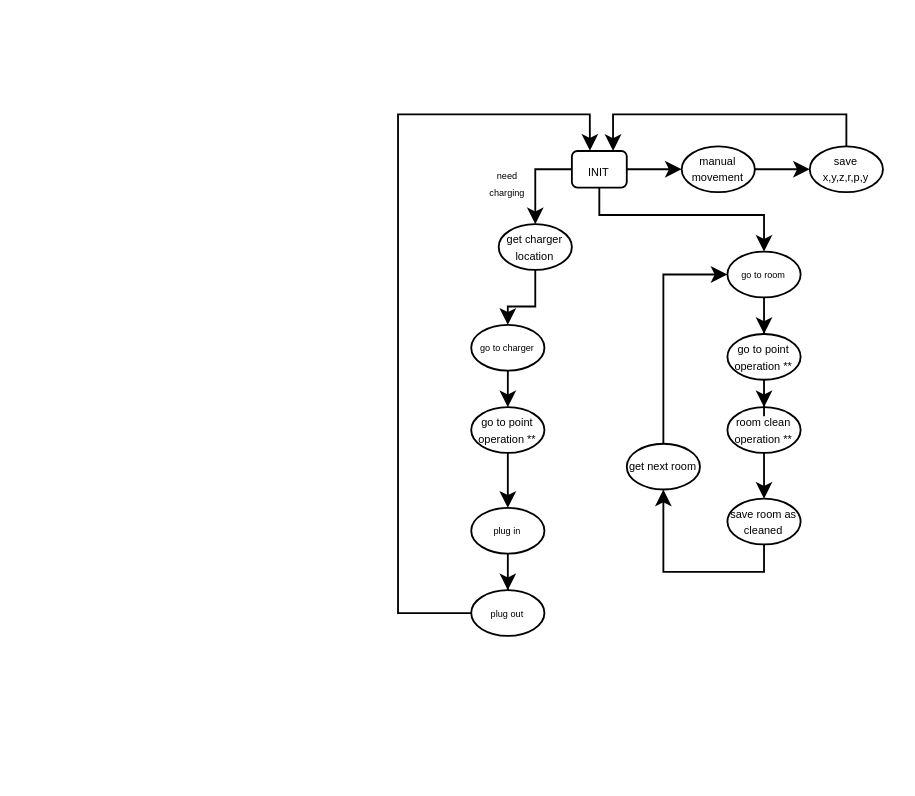
The draw.io diagram automat.drawio in kbieniekpw/drawio_projects, before the edit. Source tidied: cells renumbered, new cells numbered last; positions are measured from the earlier drawing's top-left corner, leaving out a move shared by most shapes. Both pictures are drawn from the tidied source at 183%, with x=0, y=0 at pixel (397, 113).
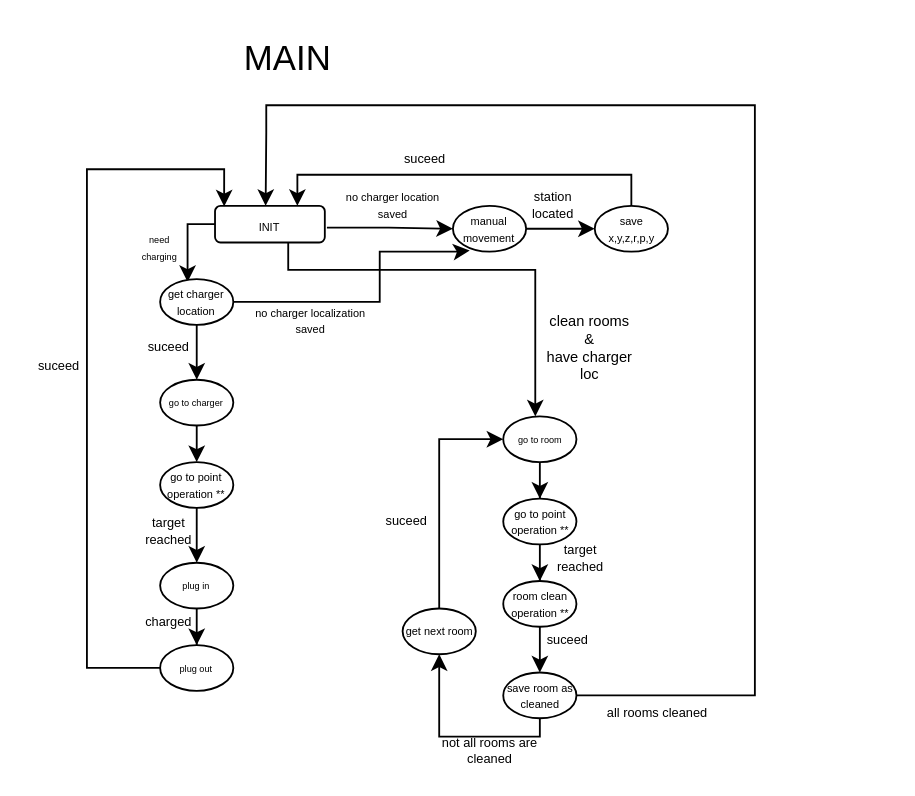
The same diagram, later.

The edit, as a diff of the source:
```diff
@@
-    <mxCell id="2" style="edgeStyle=orthogonalEdgeStyle;rounded=0;jettySize=auto;html=1;entryX=0.5;entryY=0;entryDx=0;entryDy=0;fontSize=7;" parent="1" edge="1" source="5" target="7">
+    <mxCell id="2" style="edgeStyle=orthogonalEdgeStyle;rounded=0;jettySize=auto;html=1;entryX=0.375;entryY=0.064;entryDx=0;entryDy=0;fontSize=7;entryPerimeter=0;" parent="1" edge="1" source="5" target="7">
       <mxGeometry relative="1" as="geometry">
         <Array as="points">
-          <mxPoint x="75" y="30" />
+          <mxPoint x="-115" y="60" />
         </Array>
       </mxGeometry>
     </mxCell>
-    <mxCell id="3" style="edgeStyle=orthogonalEdgeStyle;rounded=0;jettySize=auto;html=1;fontSize=5;" parent="1" edge="1" source="5" target="19">
+    <mxCell id="3" style="edgeStyle=orthogonalEdgeStyle;rounded=0;jettySize=auto;html=1;fontSize=5;exitX=1.019;exitY=0.594;exitDx=0;exitDy=0;exitPerimeter=0;" parent="1" edge="1" source="5" target="19">
       <mxGeometry relative="1" as="geometry" />
     </mxCell>
     <mxCell id="4" style="edgeStyle=orthogonalEdgeStyle;rounded=0;jettySize=auto;html=1;fontSize=5;" parent="1" edge="1" source="5" target="29">
       <mxGeometry relative="1" as="geometry">
         <Array as="points">
-          <mxPoint x="110" y="55" />
-          <mxPoint x="200" y="55" />
+          <mxPoint x="-60" y="85" />
+          <mxPoint x="75" y="85" />
         </Array>
       </mxGeometry>
     </mxCell>
     <mxCell id="5" value="&lt;font style=&quot;font-size: 6px;&quot;&gt;INIT&lt;/font&gt;" style="rounded=1;whiteSpace=wrap;html=1;" parent="1" vertex="1">
-      <mxGeometry x="95" y="20" width="30" height="20" as="geometry" />
+      <mxGeometry x="-100" y="50" width="60" height="20" as="geometry" />
     </mxCell>
     <mxCell id="6" style="edgeStyle=orthogonalEdgeStyle;rounded=0;jettySize=auto;html=1;fontSize=5;" parent="1" edge="1" source="7" target="15">
-      <mxGeometry relative="1" as="geometry" />
+      <mxGeometry relative="1" as="geometry">
+        <Array as="points">
+          <mxPoint x="-110" y="125" />
+          <mxPoint x="-110" y="125" />
+        </Array>
+      </mxGeometry>
     </mxCell>
+    <mxCell id="31" style="edgeStyle=orthogonalEdgeStyle;rounded=0;jettySize=auto;html=1;entryX=0.229;entryY=0.976;entryDx=0;entryDy=0;entryPerimeter=0;fontSize=6;" parent="1" edge="1" source="7" target="19">
+      <mxGeometry relative="1" as="geometry">
+        <Array as="points">
+          <mxPoint x="-10" y="103" />
+          <mxPoint x="-10" y="75" />
+          <mxPoint x="33" y="75" />
+        </Array>
+      </mxGeometry>
+    </mxCell>
     <mxCell id="7" value="&lt;font style=&quot;font-size: 6px;&quot;&gt;get charger location&lt;br&gt;&lt;/font&gt;" style="ellipse;whiteSpace=wrap;html=1;fontSize=7;" parent="1" vertex="1">
-      <mxGeometry x="55" y="60" width="40" height="25" as="geometry" />
+      <mxGeometry x="-130" y="90" width="40" height="25" as="geometry" />
     </mxCell>
-    <mxCell id="8" style="edgeStyle=orthogonalEdgeStyle;rounded=0;jettySize=auto;html=1;entryX=0.328;entryY=-0.008;entryDx=0;entryDy=0;fontSize=5;entryPerimeter=0;" parent="1" edge="1" source="9" target="5">
+    <mxCell id="8" style="edgeStyle=orthogonalEdgeStyle;rounded=0;jettySize=auto;html=1;entryX=0.083;entryY=0.017;entryDx=0;entryDy=0;fontSize=5;entryPerimeter=0;" parent="1" edge="1" source="9" target="5">
       <mxGeometry relative="1" as="geometry">
         <Array as="points">
-          <mxPoint y="273" />
-          <mxPoint />
-          <mxPoint x="105" />
-          <mxPoint x="105" y="20" />
+          <mxPoint x="-170" y="303" />
+          <mxPoint x="-170" y="30" />
+          <mxPoint x="-95" y="30" />
         </Array>
       </mxGeometry>
     </mxCell>
     <mxCell id="9" value="&lt;font style=&quot;font-size: 5px;&quot;&gt;plug out&lt;/font&gt;" style="ellipse;whiteSpace=wrap;html=1;fontSize=7;" parent="1" vertex="1">
-      <mxGeometry x="40" y="260" width="40" height="25" as="geometry" />
+      <mxGeometry x="-130" y="290" width="40" height="25" as="geometry" />
     </mxCell>
@@
     <mxCell id="11" value="&lt;font style=&quot;font-size: 5px;&quot;&gt;plug in&lt;/font&gt;" style="ellipse;whiteSpace=wrap;html=1;fontSize=7;" parent="1" vertex="1">
-      <mxGeometry x="40" y="215" width="40" height="25" as="geometry" />
+      <mxGeometry x="-130" y="245" width="40" height="25" as="geometry" />
     </mxCell>
@@
     <mxCell id="13" value="&lt;font style=&quot;font-size: 6px;&quot;&gt;go to point operation **&lt;/font&gt;" style="ellipse;whiteSpace=wrap;html=1;fontSize=7;" parent="1" vertex="1">
-      <mxGeometry x="40" y="160" width="40" height="25" as="geometry" />
+      <mxGeometry x="-130" y="190" width="40" height="25" as="geometry" />
     </mxCell>
     <mxCell id="14" style="edgeStyle=orthogonalEdgeStyle;rounded=0;jettySize=auto;html=1;fontSize=5;" parent="1" edge="1" source="15" target="13">
       <mxGeometry relative="1" as="geometry">
         <Array as="points">
-          <mxPoint x="60" y="150" />
-          <mxPoint x="60" y="150" />
+          <mxPoint x="-110" y="180" />
+          <mxPoint x="-110" y="180" />
         </Array>
       </mxGeometry>
     </mxCell>
     <mxCell id="15" value="&lt;font style=&quot;font-size: 5px;&quot;&gt;go to charger&lt;/font&gt;" style="ellipse;whiteSpace=wrap;html=1;fontSize=7;" parent="1" vertex="1">
-      <mxGeometry x="40" y="115" width="40" height="25" as="geometry" />
+      <mxGeometry x="-130" y="145" width="40" height="25" as="geometry" />
     </mxCell>
-    <mxCell id="16" style="edgeStyle=orthogonalEdgeStyle;rounded=0;jettySize=auto;html=1;entryX=0.75;entryY=0;entryDx=0;entryDy=0;fontSize=5;" parent="1" edge="1" source="17" target="5">
+    <mxCell id="16" style="edgeStyle=orthogonalEdgeStyle;rounded=0;jettySize=auto;html=1;fontSize=5;" parent="1" edge="1" source="17" target="5">
       <mxGeometry relative="1" as="geometry">
         <Array as="points">
-          <mxPoint x="245" />
-          <mxPoint x="118" />
+          <mxPoint x="128" y="33" />
+          <mxPoint x="-55" y="33" />
         </Array>
       </mxGeometry>
     </mxCell>
     <mxCell id="17" value="&lt;font style=&quot;font-size: 6px;&quot;&gt;save x,y,z,r,p,y&lt;/font&gt;" style="ellipse;whiteSpace=wrap;html=1;fontSize=7;" parent="1" vertex="1">
-      <mxGeometry x="225" y="17.5" width="40" height="25" as="geometry" />
+      <mxGeometry x="107.5" y="50" width="40" height="25" as="geometry" />
     </mxCell>
     <mxCell id="18" style="edgeStyle=orthogonalEdgeStyle;rounded=0;jettySize=auto;html=1;entryX=0;entryY=0.5;entryDx=0;entryDy=0;fontSize=5;" parent="1" edge="1" source="19" target="17">
       <mxGeometry relative="1" as="geometry">
         <Array as="points">
-          <mxPoint x="210" y="30" />
-          <mxPoint x="210" y="30" />
+          <mxPoint x="92.5" y="62.5" />
+          <mxPoint x="92.5" y="62.5" />
         </Array>
       </mxGeometry>
     </mxCell>
     <mxCell id="19" value="&lt;font style=&quot;font-size: 6px;&quot;&gt;manual movement&lt;/font&gt;" style="ellipse;whiteSpace=wrap;html=1;fontSize=7;" parent="1" vertex="1">
-      <mxGeometry x="155" y="17.5" width="40" height="25" as="geometry" />
+      <mxGeometry x="30" y="50" width="40" height="25" as="geometry" />
     </mxCell>
     <mxCell id="20" style="edgeStyle=orthogonalEdgeStyle;rounded=0;jettySize=auto;html=1;entryX=0;entryY=0.5;entryDx=0;entryDy=0;fontSize=5;" parent="1" edge="1" source="21" target="29">
       <mxGeometry relative="1" as="geometry">
         <Array as="points">
-          <mxPoint x="145" y="88" />
+          <mxPoint x="22.5" y="178" />
         </Array>
       </mxGeometry>
     </mxCell>
     <mxCell id="21" value="&lt;font style=&quot;font-size: 6px;&quot;&gt;get next room&lt;/font&gt;" style="ellipse;whiteSpace=wrap;html=1;fontSize=7;" parent="1" vertex="1">
-      <mxGeometry x="125" y="180" width="40" height="25" as="geometry" />
+      <mxGeometry x="2.5" y="270" width="40" height="25" as="geometry" />
     </mxCell>
     <mxCell id="22" style="edgeStyle=orthogonalEdgeStyle;rounded=0;jettySize=auto;html=1;fontSize=5;" parent="1" edge="1" source="23" target="21">
       <mxGeometry relative="1" as="geometry">
         <Array as="points">
-          <mxPoint x="200" y="250" />
-          <mxPoint x="145" y="250" />
+          <mxPoint x="77.5" y="340" />
+          <mxPoint x="22.5" y="340" />
         </Array>
       </mxGeometry>
     </mxCell>
+    <mxCell id="32" style="edgeStyle=orthogonalEdgeStyle;rounded=0;jettySize=auto;html=1;fontSize=5;entryX=0.461;entryY=0;entryDx=0;entryDy=0;entryPerimeter=0;" parent="1" edge="1" source="23" target="5">
+      <mxGeometry relative="1" as="geometry">
+        <Array as="points">
+          <mxPoint x="195" y="318" />
+          <mxPoint x="195" y="-5" />
+          <mxPoint x="-72" y="-5" />
+          <mxPoint x="-72" y="10" />
+        </Array>
+      </mxGeometry>
+    </mxCell>
     <mxCell id="23" value="&lt;font style=&quot;font-size: 6px;&quot;&gt;save room as cleaned&lt;/font&gt;" style="ellipse;whiteSpace=wrap;html=1;fontSize=7;" parent="1" vertex="1">
-      <mxGeometry x="180" y="210" width="40" height="25" as="geometry" />
+      <mxGeometry x="57.5" y="305" width="40" height="25" as="geometry" />
     </mxCell>
@@
     <mxCell id="25" value="&lt;font style=&quot;font-size: 6px;&quot;&gt;room clean operation **&lt;/font&gt;" style="ellipse;whiteSpace=wrap;html=1;fontSize=7;" parent="1" vertex="1">
-      <mxGeometry x="180" y="160" width="40" height="25" as="geometry" />
+      <mxGeometry x="57.5" y="255" width="40" height="25" as="geometry" />
     </mxCell>
@@
     <mxCell id="27" value="&lt;font style=&quot;font-size: 6px;&quot;&gt;go to point operation **&lt;/font&gt;" style="ellipse;whiteSpace=wrap;html=1;fontSize=7;" parent="1" vertex="1">
-      <mxGeometry x="180" y="120" width="40" height="25" as="geometry" />
+      <mxGeometry x="57.5" y="210" width="40" height="25" as="geometry" />
     </mxCell>
@@
     <mxCell id="29" value="&lt;font style=&quot;font-size: 5px;&quot;&gt;go to room&lt;/font&gt;" style="ellipse;whiteSpace=wrap;html=1;fontSize=7;" parent="1" vertex="1">
-      <mxGeometry x="180" y="75" width="40" height="25" as="geometry" />
+      <mxGeometry x="57.5" y="165" width="40" height="25" as="geometry" />
     </mxCell>
     <mxCell id="30" value="&lt;font style=&quot;font-size: 5px;&quot;&gt;need charging&lt;/font&gt;" style="text;html=1;strokeColor=none;fillColor=none;align=center;verticalAlign=middle;whiteSpace=wrap;rounded=0;fontSize=7;" parent="1" vertex="1">
-      <mxGeometry x="45" y="30" width="30" height="15" as="geometry" />
+      <mxGeometry x="-145" y="65" width="30" height="15" as="geometry" />
     </mxCell>
+    <mxCell id="33" value="&lt;font style=&quot;font-size: 19px;&quot;&gt;MAIN&lt;/font&gt;" style="text;html=1;strokeColor=none;fillColor=none;align=center;verticalAlign=middle;whiteSpace=wrap;rounded=0;fontSize=6;" parent="1" vertex="1">
+      <mxGeometry x="-90" y="-45" width="60" height="30" as="geometry" />
+    </mxCell>
+    <mxCell id="34" value="suceed" style="text;html=1;strokeColor=none;fillColor=none;align=center;verticalAlign=middle;whiteSpace=wrap;rounded=0;fontSize=7;" parent="1" vertex="1">
+      <mxGeometry x="-200" y="130" width="30" height="15" as="geometry" />
+    </mxCell>
+    <mxCell id="35" value="suceed" style="text;html=1;strokeColor=none;fillColor=none;align=center;verticalAlign=middle;whiteSpace=wrap;rounded=0;fontSize=7;" parent="1" vertex="1">
+      <mxGeometry x="-140" y="120" width="30" height="15" as="geometry" />
+    </mxCell>
+    <mxCell id="36" value="target reached" style="text;html=1;strokeColor=none;fillColor=none;align=center;verticalAlign=middle;whiteSpace=wrap;rounded=0;fontSize=7;" parent="1" vertex="1">
+      <mxGeometry x="-140" y="220" width="30" height="15" as="geometry" />
+    </mxCell>
+    <mxCell id="37" value="charged" style="text;html=1;strokeColor=none;fillColor=none;align=center;verticalAlign=middle;whiteSpace=wrap;rounded=0;fontSize=7;" parent="1" vertex="1">
+      <mxGeometry x="-140" y="270" width="30" height="15" as="geometry" />
+    </mxCell>
+    <mxCell id="38" value="&lt;font style=&quot;font-size: 6px;&quot;&gt;no charger location saved&lt;/font&gt;" style="text;html=1;strokeColor=none;fillColor=none;align=center;verticalAlign=middle;whiteSpace=wrap;rounded=0;fontSize=7;" parent="1" vertex="1">
+      <mxGeometry x="-35" y="42.5" width="65" height="15" as="geometry" />
+    </mxCell>
+    <mxCell id="39" value="station located" style="text;html=1;strokeColor=none;fillColor=none;align=center;verticalAlign=middle;whiteSpace=wrap;rounded=0;fontSize=7;" parent="1" vertex="1">
+      <mxGeometry x="70" y="42.5" width="30" height="15" as="geometry" />
+    </mxCell>
+    <mxCell id="40" value="suceed" style="text;html=1;strokeColor=none;fillColor=none;align=center;verticalAlign=middle;whiteSpace=wrap;rounded=0;fontSize=7;" parent="1" vertex="1">
+      <mxGeometry y="15" width="30" height="20" as="geometry" />
+    </mxCell>
+    <mxCell id="41" value="&lt;font style=&quot;font-size: 6px;&quot;&gt;no charger localization saved&lt;/font&gt;" style="text;html=1;strokeColor=none;fillColor=none;align=center;verticalAlign=middle;whiteSpace=wrap;rounded=0;fontSize=7;" parent="1" vertex="1">
+      <mxGeometry x="-80" y="105" width="65" height="15" as="geometry" />
+    </mxCell>
+    <mxCell id="42" value="&lt;div style=&quot;font-size: 8px;&quot;&gt;&lt;font style=&quot;font-size: 8px;&quot;&gt;clean rooms &lt;br&gt;&lt;/font&gt;&lt;/div&gt;&lt;div style=&quot;font-size: 8px;&quot;&gt;&lt;font style=&quot;font-size: 8px;&quot;&gt;&amp;amp; &lt;br&gt;&lt;/font&gt;&lt;/div&gt;&lt;div style=&quot;font-size: 8px;&quot;&gt;&lt;font style=&quot;font-size: 8px;&quot;&gt;have charger loc&lt;/font&gt;&lt;/div&gt;" style="text;html=1;strokeColor=none;fillColor=none;align=center;verticalAlign=middle;whiteSpace=wrap;rounded=0;fontSize=7;" parent="1" vertex="1">
+      <mxGeometry x="75" y="120" width="60" height="15" as="geometry" />
+    </mxCell>
+    <mxCell id="43" value="target reached" style="text;html=1;strokeColor=none;fillColor=none;align=center;verticalAlign=middle;whiteSpace=wrap;rounded=0;fontSize=7;" parent="1" vertex="1">
+      <mxGeometry x="85" y="235" width="30" height="15" as="geometry" />
+    </mxCell>
+    <mxCell id="44" value="suceed" style="text;html=1;strokeColor=none;fillColor=none;align=center;verticalAlign=middle;whiteSpace=wrap;rounded=0;fontSize=7;" parent="1" vertex="1">
+      <mxGeometry x="77.5" y="280" width="30" height="15" as="geometry" />
+    </mxCell>
+    <mxCell id="45" value="not all rooms are cleaned" style="text;html=1;strokeColor=none;fillColor=none;align=center;verticalAlign=middle;whiteSpace=wrap;rounded=0;fontSize=7;" parent="1" vertex="1">
+      <mxGeometry x="17.5" y="340" width="65" height="15" as="geometry" />
+    </mxCell>
+    <mxCell id="46" value="suceed" style="text;html=1;strokeColor=none;fillColor=none;align=center;verticalAlign=middle;whiteSpace=wrap;rounded=0;fontSize=7;" parent="1" vertex="1">
+      <mxGeometry x="-10" y="215" width="30" height="15" as="geometry" />
+    </mxCell>
+    <mxCell id="47" value="all rooms cleaned" style="text;html=1;strokeColor=none;fillColor=none;align=center;verticalAlign=middle;whiteSpace=wrap;rounded=0;fontSize=7;" parent="1" vertex="1">
+      <mxGeometry x="107.5" y="320" width="67.5" height="15" as="geometry" />
+    </mxCell>
```
